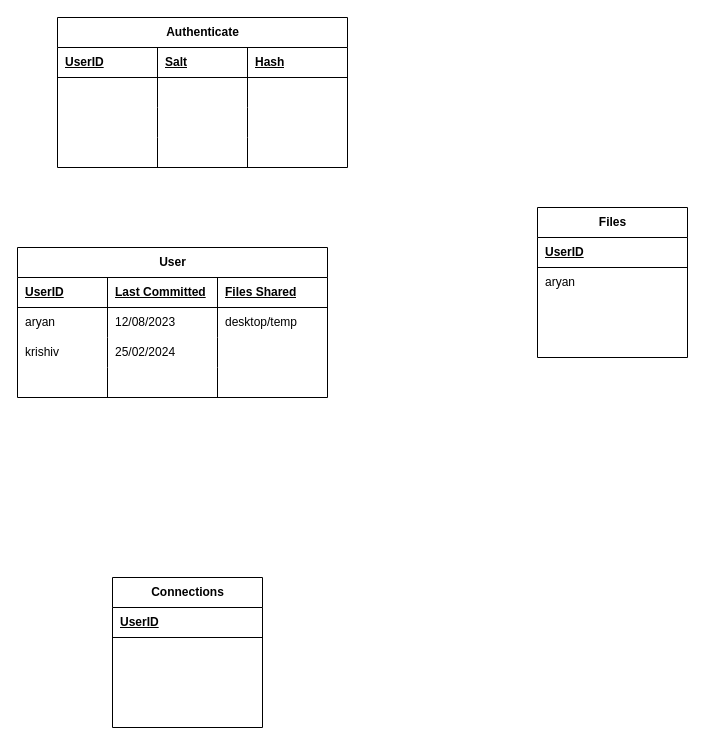
This is databases.drawio from aryansharmastudies/NEA_v2, a draw.io file, before an edit. Source tidied: cells renumbered, new cells numbered last; positions are measured from the earlier drawing's top-left corner, leaving out a move shared by most shapes. Both pictures are drawn from the tidied source at 100%, with x=0, y=0 at pixel (17, 17).
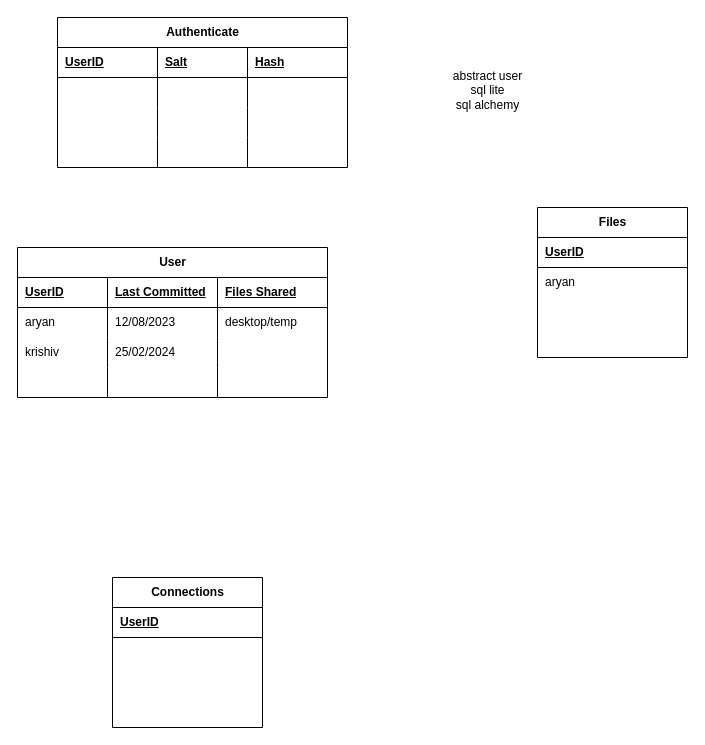
After the change.

The edit, as a diff of the source:
```diff
@@
+    <mxCell id="54" value="abstract user&lt;div&gt;sql lite&lt;/div&gt;&lt;div&gt;sql alchemy&lt;/div&gt;" style="text;html=1;align=center;verticalAlign=middle;strokeColor=none;fillColor=none;" parent="1" vertex="1">
+      <mxGeometry x="425" y="43" width="90" height="60" as="geometry" />
+    </mxCell>
```
